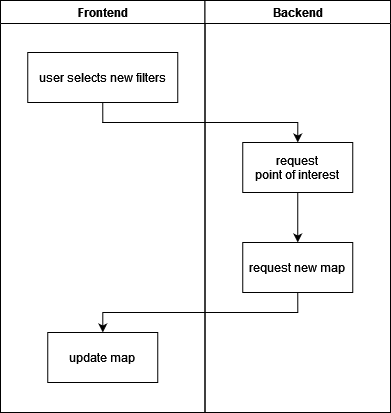
The draw.io diagram docs/assets/srs/filtermap-ad.png in green-sprout/green-sprout.github.io, before a commit. Source tidied: cells renumbered, new cells last; positions are measured from the earlier drawing's top-left corner, leaving out a move shared by most shapes. The source it was exported from:
```xml
<mxGraphModel>
  <root>
    <mxCell id="0" />
    <mxCell id="1" parent="0" />
    <mxCell id="2" value="Frontend" style="swimlane;whiteSpace=wrap;" parent="1" vertex="1">
      <mxGeometry width="204.5" height="412" as="geometry" />
    </mxCell>
    <mxCell id="3" value="update map" parent="2" vertex="1">
      <mxGeometry x="47.2" y="332" width="110" height="50" as="geometry" />
    </mxCell>
    <mxCell id="4" value="user selects new filters" parent="2" vertex="1">
      <mxGeometry x="27.2" y="52" width="150" height="50" as="geometry" />
    </mxCell>
    <mxCell id="5" value="Backend" style="swimlane;whiteSpace=wrap;" parent="1" vertex="1">
      <mxGeometry x="204.5" width="185.5" height="412" as="geometry" />
    </mxCell>
    <mxCell id="6" style="edgeStyle=orthogonalEdgeStyle;rounded=0;jettySize=auto;html=1;exitX=0.5;exitY=1;exitDx=0;exitDy=0;entryX=0.5;entryY=0;entryDx=0;entryDy=0;" parent="5" edge="1" source="7" target="8">
      <mxGeometry relative="1" as="geometry" />
    </mxCell>
    <mxCell id="7" value="request&#10;point of interest" parent="5" vertex="1">
      <mxGeometry x="37.8" y="142" width="110" height="50" as="geometry" />
    </mxCell>
    <mxCell id="8" value="request new map" parent="5" vertex="1">
      <mxGeometry x="37.8" y="242" width="110" height="50" as="geometry" />
    </mxCell>
    <mxCell id="9" style="edgeStyle=orthogonalEdgeStyle;rounded=0;jettySize=auto;html=1;exitX=0.5;exitY=1;exitDx=0;exitDy=0;entryX=0.5;entryY=0;entryDx=0;entryDy=0;" parent="1" edge="1" source="4" target="7">
      <mxGeometry relative="1" as="geometry" />
    </mxCell>
    <mxCell id="10" style="edgeStyle=orthogonalEdgeStyle;rounded=0;jettySize=auto;html=1;exitX=0.5;exitY=1;exitDx=0;exitDy=0;" parent="1" edge="1" source="8" target="3">
      <mxGeometry relative="1" as="geometry" />
    </mxCell>
  </root>
</mxGraphModel>
```
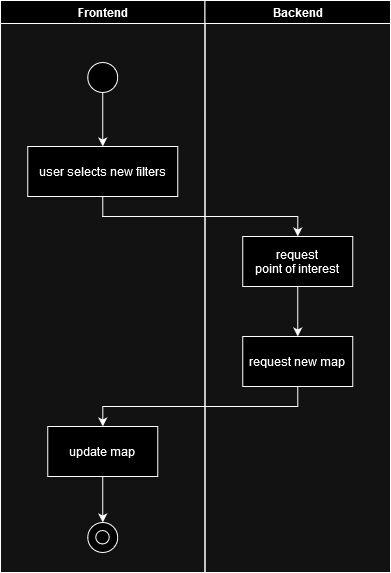
Later version of the same file.

Change to the diagram source:
```diff
@@ -3,25 +3,40 @@
     <mxCell id="0" />
     <mxCell id="1" parent="0" />
     <mxCell id="2" value="Frontend" style="swimlane;whiteSpace=wrap;" parent="1" vertex="1">
-      <mxGeometry width="204.5" height="412" as="geometry" />
+      <mxGeometry width="204.5" height="572" as="geometry" />
     </mxCell>
+    <mxCell id="11" style="edgeStyle=orthogonalEdgeStyle;rounded=0;jettySize=auto;html=1;entryX=0.5;entryY=0;entryDx=0;entryDy=0;" parent="2" edge="1" source="3" target="14">
+      <mxGeometry relative="1" as="geometry" />
+    </mxCell>
     <mxCell id="3" value="update map" parent="2" vertex="1">
-      <mxGeometry x="47.2" y="332" width="110" height="50" as="geometry" />
+      <mxGeometry x="47.2" y="426" width="110" height="50" as="geometry" />
     </mxCell>
     <mxCell id="4" value="user selects new filters" parent="2" vertex="1">
-      <mxGeometry x="27.2" y="52" width="150" height="50" as="geometry" />
+      <mxGeometry x="27.2" y="146" width="150" height="50" as="geometry" />
     </mxCell>
+    <mxCell id="12" style="edgeStyle=orthogonalEdgeStyle;rounded=0;jettySize=auto;html=1;" parent="2" edge="1" source="13" target="4">
+      <mxGeometry relative="1" as="geometry" />
+    </mxCell>
+    <mxCell id="13" style="ellipse;whiteSpace=wrap;html=1;" parent="2" vertex="1">
+      <mxGeometry x="87.2" y="62" width="30" height="30" as="geometry" />
+    </mxCell>
+    <mxCell id="14" style="ellipse;whiteSpace=wrap;html=1;" parent="2" vertex="1">
+      <mxGeometry x="87.2" y="522" width="30" height="30" as="geometry" />
+    </mxCell>
+    <mxCell id="15" style="ellipse;whiteSpace=wrap;html=1;" parent="2" vertex="1">
+      <mxGeometry x="95.2" y="530" width="13.5" height="13.5" as="geometry" />
+    </mxCell>
     <mxCell id="5" value="Backend" style="swimlane;whiteSpace=wrap;" parent="1" vertex="1">
-      <mxGeometry x="204.5" width="185.5" height="412" as="geometry" />
+      <mxGeometry x="204.5" width="185.5" height="572" as="geometry" />
     </mxCell>
     <mxCell id="6" style="edgeStyle=orthogonalEdgeStyle;rounded=0;jettySize=auto;html=1;exitX=0.5;exitY=1;exitDx=0;exitDy=0;entryX=0.5;entryY=0;entryDx=0;entryDy=0;" parent="5" edge="1" source="7" target="8">
       <mxGeometry relative="1" as="geometry" />
     </mxCell>
     <mxCell id="7" value="request&#10;point of interest" parent="5" vertex="1">
-      <mxGeometry x="37.8" y="142" width="110" height="50" as="geometry" />
+      <mxGeometry x="37.8" y="236" width="110" height="50" as="geometry" />
     </mxCell>
     <mxCell id="8" value="request new map" parent="5" vertex="1">
-      <mxGeometry x="37.8" y="242" width="110" height="50" as="geometry" />
+      <mxGeometry x="37.8" y="336" width="110" height="50" as="geometry" />
     </mxCell>
     <mxCell id="9" style="edgeStyle=orthogonalEdgeStyle;rounded=0;jettySize=auto;html=1;exitX=0.5;exitY=1;exitDx=0;exitDy=0;entryX=0.5;entryY=0;entryDx=0;entryDy=0;" parent="1" edge="1" source="4" target="7">
       <mxGeometry relative="1" as="geometry" />
```
